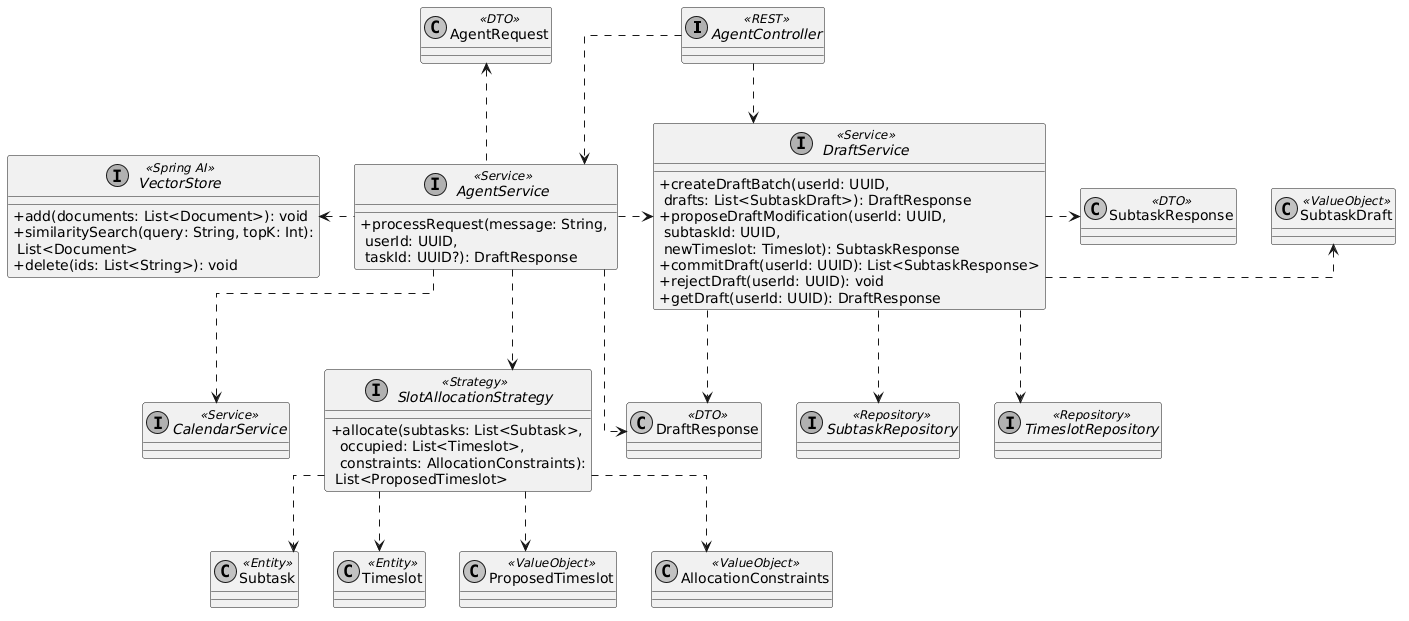
This is picture/diagrams/class_service_agent.png from Hohichh/Diploma-project-notes, a PlantUML export, as it was before one commit.
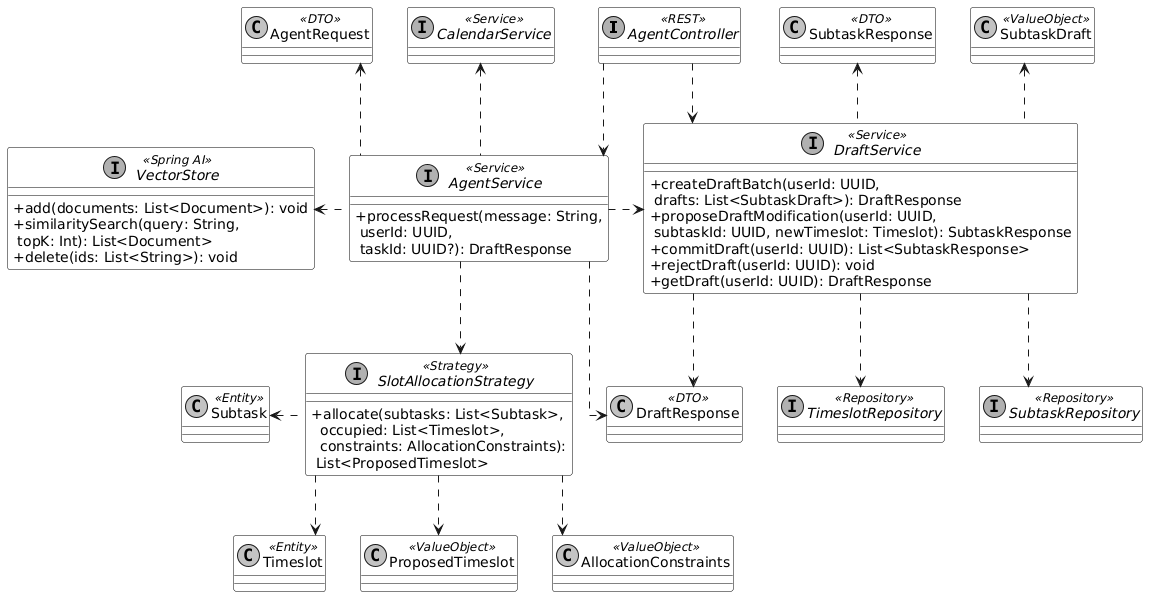
After the commit.

The edit, as a diff of the source:
```diff
@@ -4,6 +4,11 @@
 skinparam defaultFontName Arial
 skinparam classAttributeIconSize 0
 skinparam linetype ortho
+skinparam classBackgroundColor transparent
+skinparam classBorderColor black
+skinparam classAttributeBackgroundColor transparent
+skinparam backgroundColor transparent
+
 
 interface AgentController <<REST>>
 interface CalendarService <<Service>>
@@ -21,12 +26,12 @@
 class AllocationConstraints <<ValueObject>>
 
 interface AgentService <<Service>> {
-    + processRequest(message: String, \n userId: UUID, \n taskId: UUID?): DraftResponse
+    + processRequest(message: String,\n userId: UUID,\n taskId: UUID?): DraftResponse
 }
 
 interface DraftService <<Service>> {
     + createDraftBatch(userId: UUID,\n drafts: List<SubtaskDraft>): DraftResponse
-    + proposeDraftModification(userId: UUID,\n subtaskId: UUID,\n newTimeslot: Timeslot): SubtaskResponse
+    + proposeDraftModification(userId: UUID,\n subtaskId: UUID, newTimeslot: Timeslot): SubtaskResponse
     + commitDraft(userId: UUID): List<SubtaskResponse>
     + rejectDraft(userId: UUID): void
     + getDraft(userId: UUID): DraftResponse
@@ -38,28 +43,27 @@
 
 interface VectorStore <<Spring AI>> {
     + add(documents: List<Document>): void
-    + similaritySearch(query: String, topK: Int):\n List<Document>
+    + similaritySearch(query: String,\n topK: Int): List<Document>
     + delete(ids: List<String>): void
 }
 
 AgentController ..> AgentService
 AgentController ..> DraftService
 
-AgentService ..> CalendarService
+AgentService .up.> CalendarService
 AgentService .right.> DraftService
-AgentService ..> SlotAllocationStrategy
+AgentService .down.> SlotAllocationStrategy
 AgentService .left.> VectorStore
 AgentService .up.> AgentRequest
 AgentService ..> DraftResponse
 
 DraftService ..> SubtaskRepository
 DraftService ..> TimeslotRepository
-DraftService .right.> SubtaskDraft
+DraftService .up.> SubtaskDraft
 DraftService ..> DraftResponse
-DraftService .right.> SubtaskResponse
+DraftService .up.> SubtaskResponse
 
-
-SlotAllocationStrategy ..> Subtask
+SlotAllocationStrategy .left.> Subtask
 SlotAllocationStrategy ..> Timeslot
 SlotAllocationStrategy ..> ProposedTimeslot
 SlotAllocationStrategy ..> AllocationConstraints
```
